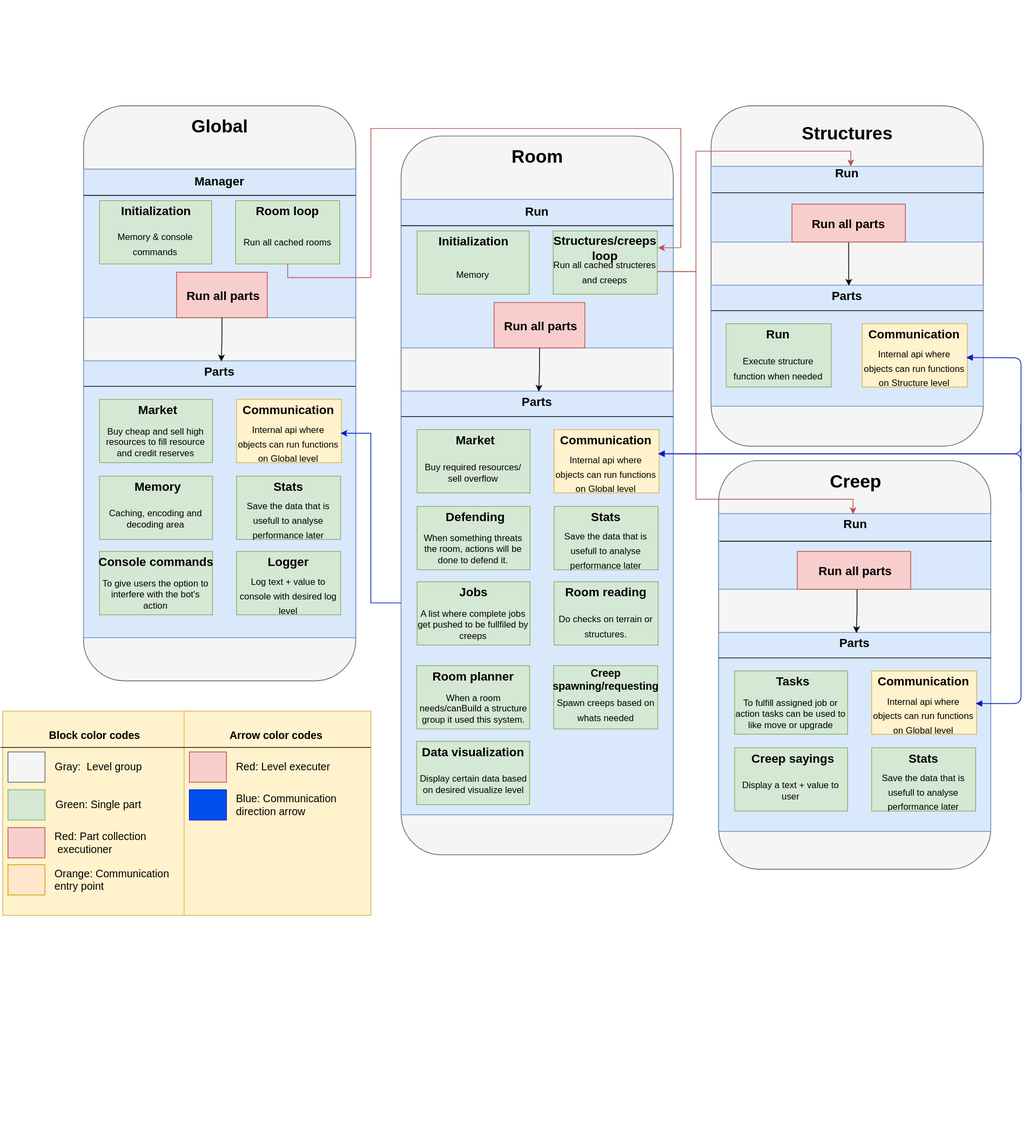
Earlier version of the draw.io export Pansiep.svg (pieterbrandsen/Draw.io). Source tidied: cells renumbered, new cells last; positions are measured from the earlier drawing's top-left corner, leaving out a move shared by most shapes.
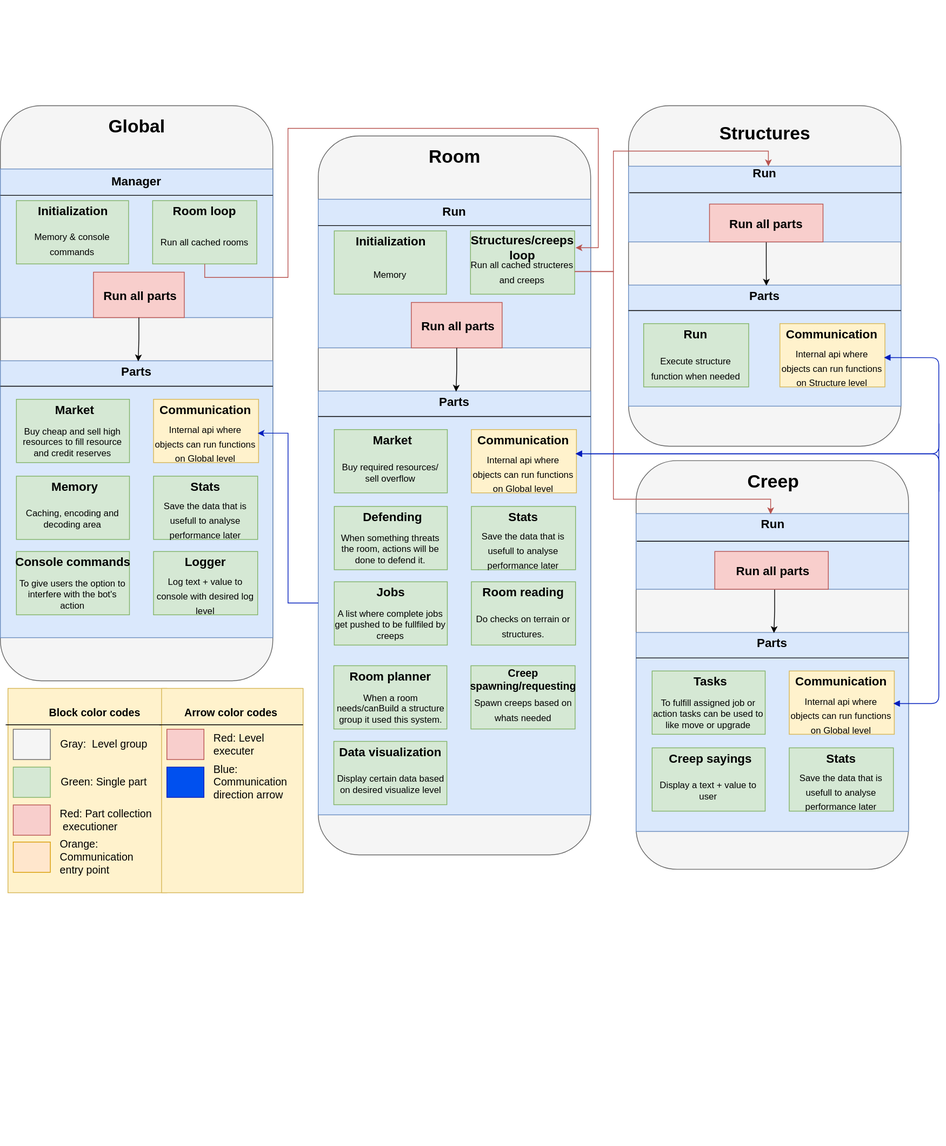
The same file after the commit.

The edit, as a diff of the source:
```diff
@@ -1,4 +1,4 @@
-<mxGraphModel>
+<mxGraphModel background="#ffffff">
   <root>
     <mxCell id="0" />
     <mxCell id="1" parent="0" />
@@ -464,37 +464,37 @@
       </mxGeometry>
     </mxCell>
     <mxCell id="148" style="rounded=0;whiteSpace=wrap;html=1;fontSize=14;fillColor=#fff2cc;strokeColor=#d6b656;" parent="1" vertex="1">
-      <mxGeometry x="3" y="939" width="247" height="270" as="geometry" />
+      <mxGeometry x="120" y="909" width="210" height="270" as="geometry" />
     </mxCell>
     <mxCell id="149" value="Block color codes" style="text;align=center;fontStyle=1;verticalAlign=middle;spacingLeft=3;spacingRight=3;strokeColor=none;fontSize=14;" parent="1" vertex="1">
-      <mxGeometry y="957" width="250" height="26" as="geometry" />
+      <mxGeometry x="110" y="927" width="250" height="26" as="geometry" />
     </mxCell>
     <mxCell id="150" style="line;strokeWidth=1;fillColor=none;align=left;verticalAlign=middle;spacingTop=-1;spacingLeft=3;spacingRight=3;labelPosition=right;fontSize=14;" parent="1" vertex="1">
-      <mxGeometry y="983" width="250" height="8" as="geometry" />
+      <mxGeometry x="117" y="953" width="213" height="8" as="geometry" />
     </mxCell>
     <mxCell id="151" value="Gray:&amp;nbsp; Level group" style="text;html=1;strokeColor=none;fillColor=none;align=center;verticalAlign=middle;whiteSpace=wrap;rounded=0;fontSize=14;" parent="1" vertex="1">
-      <mxGeometry x="70" y="1003" width="120" height="20" as="geometry" />
+      <mxGeometry x="187" y="973" width="120" height="20" as="geometry" />
     </mxCell>
     <mxCell id="152" style="rounded=0;whiteSpace=wrap;html=1;fontSize=14;fillColor=#f5f5f5;strokeColor=#666666;fontColor=#333333;" parent="1" vertex="1">
-      <mxGeometry x="10" y="993" width="49" height="40" as="geometry" />
+      <mxGeometry x="127" y="963" width="49" height="40" as="geometry" />
     </mxCell>
     <mxCell id="153" value="Green: Single part" style="text;html=1;strokeColor=none;fillColor=none;align=center;verticalAlign=middle;whiteSpace=wrap;rounded=0;fontSize=14;" parent="1" vertex="1">
-      <mxGeometry x="70" y="1053" width="120" height="20" as="geometry" />
+      <mxGeometry x="187" y="1023" width="120" height="20" as="geometry" />
     </mxCell>
     <mxCell id="154" style="rounded=0;whiteSpace=wrap;html=1;fontSize=14;fillColor=#d5e8d4;strokeColor=#82b366;" parent="1" vertex="1">
-      <mxGeometry x="10" y="1043" width="49" height="40" as="geometry" />
+      <mxGeometry x="127" y="1013" width="49" height="40" as="geometry" />
     </mxCell>
     <mxCell id="155" value="&lt;div&gt;&lt;span&gt;Red: Part collection&lt;/span&gt;&lt;/div&gt;&amp;nbsp;executioner" style="text;html=1;strokeColor=none;fillColor=none;align=left;verticalAlign=middle;whiteSpace=wrap;rounded=0;fontSize=14;" parent="1" vertex="1">
-      <mxGeometry x="70" y="1103" width="150" height="20" as="geometry" />
+      <mxGeometry x="187" y="1073" width="150" height="20" as="geometry" />
     </mxCell>
     <mxCell id="156" style="rounded=0;whiteSpace=wrap;html=1;fontSize=14;fillColor=#f8cecc;strokeColor=#b85450;" parent="1" vertex="1">
-      <mxGeometry x="10" y="1093" width="49" height="40" as="geometry" />
+      <mxGeometry x="127" y="1063" width="49" height="40" as="geometry" />
     </mxCell>
     <mxCell id="157" value="Orange: Communication entry point" style="text;html=1;strokeColor=none;fillColor=none;align=left;verticalAlign=middle;whiteSpace=wrap;rounded=0;fontSize=14;" parent="1" vertex="1">
-      <mxGeometry x="70" y="1152" width="160" height="20" as="geometry" />
+      <mxGeometry x="187" y="1122" width="133" height="20" as="geometry" />
     </mxCell>
     <mxCell id="158" style="rounded=0;whiteSpace=wrap;html=1;fontSize=14;fillColor=#ffe6cc;strokeColor=#d79b00;" parent="1" vertex="1">
-      <mxGeometry x="10" y="1142" width="49" height="40" as="geometry" />
+      <mxGeometry x="127" y="1112" width="49" height="40" as="geometry" />
     </mxCell>
     <mxCell id="159" style="endArrow=block;startArrow=block;endFill=1;startFill=1;html=1;fontSize=14;entryX=1;entryY=0;entryDx=0;entryDy=0;fillColor=#0050ef;strokeColor=#001DBC;" parent="1" edge="1" target="68">
       <mxGeometry relative="1" as="geometry">
@@ -522,25 +522,25 @@
       </mxGeometry>
     </mxCell>
     <mxCell id="162" style="rounded=0;whiteSpace=wrap;html=1;fontSize=14;fillColor=#fff2cc;strokeColor=#d6b656;" parent="1" vertex="1">
-      <mxGeometry x="243" y="939" width="247" height="270" as="geometry" />
+      <mxGeometry x="323" y="909" width="187" height="270" as="geometry" />
     </mxCell>
     <mxCell id="163" value="Arrow color codes" style="text;align=center;fontStyle=1;verticalAlign=middle;spacingLeft=3;spacingRight=3;strokeColor=none;fontSize=14;" parent="1" vertex="1">
-      <mxGeometry x="240" y="957" width="250" height="26" as="geometry" />
+      <mxGeometry x="320" y="927" width="190" height="26" as="geometry" />
     </mxCell>
     <mxCell id="164" style="line;strokeWidth=1;fillColor=none;align=left;verticalAlign=middle;spacingTop=-1;spacingLeft=3;spacingRight=3;labelPosition=right;fontSize=14;" parent="1" vertex="1">
-      <mxGeometry x="240" y="983" width="250" height="8" as="geometry" />
+      <mxGeometry x="320" y="953" width="190" height="8" as="geometry" />
     </mxCell>
     <mxCell id="165" value="Red: Level executer" style="text;html=1;strokeColor=none;fillColor=none;align=left;verticalAlign=middle;whiteSpace=wrap;rounded=0;fontSize=14;" parent="1" vertex="1">
-      <mxGeometry x="310" y="1003" width="140" height="20" as="geometry" />
+      <mxGeometry x="390" y="973" width="100" height="20" as="geometry" />
     </mxCell>
     <mxCell id="166" style="rounded=0;whiteSpace=wrap;html=1;fontSize=14;fillColor=#f8cecc;strokeColor=#b85450;" parent="1" vertex="1">
-      <mxGeometry x="250" y="993" width="49" height="40" as="geometry" />
+      <mxGeometry x="330" y="963" width="49" height="40" as="geometry" />
     </mxCell>
     <mxCell id="167" value="Blue: Communication direction arrow" style="text;html=1;strokeColor=none;fillColor=none;align=left;verticalAlign=middle;whiteSpace=wrap;rounded=0;fontSize=14;" parent="1" vertex="1">
-      <mxGeometry x="310" y="1053" width="160" height="20" as="geometry" />
+      <mxGeometry x="390" y="1023" width="110" height="20" as="geometry" />
     </mxCell>
     <mxCell id="168" style="rounded=0;whiteSpace=wrap;html=1;fontSize=14;fillColor=#0050ef;strokeColor=#001DBC;fontColor=#ffffff;" parent="1" vertex="1">
-      <mxGeometry x="250" y="1043" width="49" height="40" as="geometry" />
+      <mxGeometry x="330" y="1013" width="49" height="40" as="geometry" />
     </mxCell>
   </root>
 </mxGraphModel>
```
